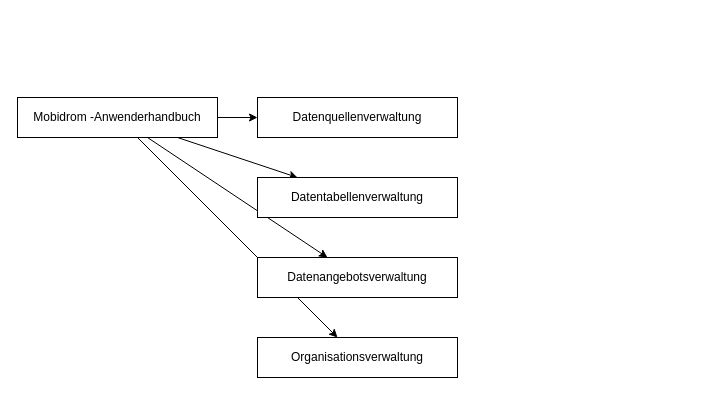
Earlier version of the draw.io diagram mobidrom_anwenderhandbuch.drawio (kephalosk/drawio-diagrams). Source tidied: cells renumbered, new cells numbered last; positions are measured from the earlier drawing's top-left corner, leaving out a move shared by most shapes. Both pictures are drawn from the tidied source at 100%, with x=0, y=0 at pixel (17, 97).
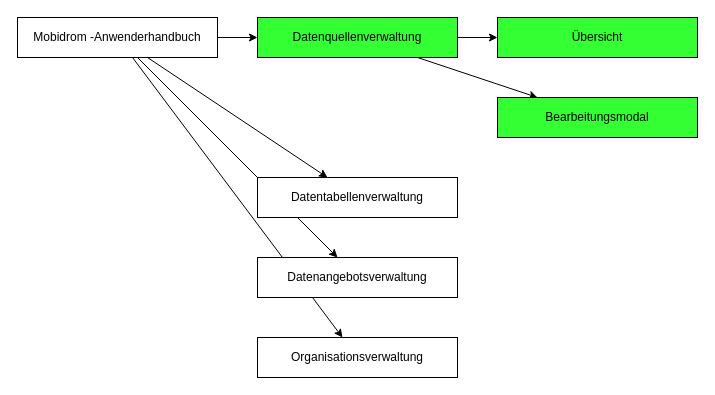
Above is the later version.

Diff of the diagram source:
```diff
@@
 <mxGraphModel>
   <root>
     <mxCell id="0" />
     <mxCell id="1" parent="0" />
     <mxCell id="2" style="rounded=0;jettySize=auto;html=1;" parent="1" edge="1" source="6" target="7">
       <mxGeometry relative="1" as="geometry" />
     </mxCell>
     <mxCell id="3" style="rounded=0;jettySize=auto;html=1;" parent="1" edge="1" source="6" target="8">
       <mxGeometry relative="1" as="geometry" />
     </mxCell>
     <mxCell id="4" style="edgeStyle=none;rounded=0;jettySize=auto;html=1;" parent="1" edge="1" source="6" target="9">
       <mxGeometry relative="1" as="geometry" />
     </mxCell>
     <mxCell id="5" style="edgeStyle=none;rounded=0;jettySize=auto;html=1;" parent="1" edge="1" source="6" target="10">
       <mxGeometry relative="1" as="geometry" />
     </mxCell>
     <mxCell id="6" value="Mobidrom -Anwenderhandbuch" style="rounded=0;whiteSpace=wrap;html=1;" parent="1" vertex="1">
-      <mxGeometry width="200" height="40" as="geometry" />
+      <mxGeometry y="-80" width="200" height="40" as="geometry" />
     </mxCell>
+    <mxCell id="11" style="edgeStyle=none;rounded=0;jettySize=auto;html=1;" parent="1" edge="1" source="7" target="13">
+      <mxGeometry relative="1" as="geometry" />
+    </mxCell>
+    <mxCell id="12" style="edgeStyle=none;rounded=0;jettySize=auto;html=1;" parent="1" edge="1" source="7" target="14">
+      <mxGeometry relative="1" as="geometry" />
+    </mxCell>
-    <mxCell id="7" value="Datenquellenverwaltung" style="rounded=0;whiteSpace=wrap;html=1;" parent="1" vertex="1">
-      <mxGeometry x="240" width="200" height="40" as="geometry" />
+    <mxCell id="7" value="Datenquellenverwaltung" style="rounded=0;whiteSpace=wrap;html=1;fillColor=#33FF33;" parent="1" vertex="1">
+      <mxGeometry x="240" y="-80" width="200" height="40" as="geometry" />
     </mxCell>
     <mxCell id="8" value="&lt;div&gt;Datentabellenverwaltung&lt;/div&gt;" style="rounded=0;whiteSpace=wrap;html=1;" parent="1" vertex="1">
       <mxGeometry x="240" y="80" width="200" height="40" as="geometry" />
     </mxCell>
     <mxCell id="9" value="Datenangebotsverwaltung" style="rounded=0;whiteSpace=wrap;html=1;" parent="1" vertex="1">
       <mxGeometry x="240" y="160" width="200" height="40" as="geometry" />
     </mxCell>
     <mxCell id="10" value="Organisationsverwaltung" style="rounded=0;whiteSpace=wrap;html=1;" parent="1" vertex="1">
       <mxGeometry x="240" y="240" width="200" height="40" as="geometry" />
     </mxCell>
+    <mxCell id="13" value="Übersicht" style="rounded=0;whiteSpace=wrap;html=1;fillColor=#33FF33;" parent="1" vertex="1">
+      <mxGeometry x="480" y="-80" width="200" height="40" as="geometry" />
+    </mxCell>
+    <mxCell id="14" value="Bearbeitungsmodal" style="rounded=0;whiteSpace=wrap;html=1;fillColor=#33FF33;" parent="1" vertex="1">
+      <mxGeometry x="480" width="200" height="40" as="geometry" />
+    </mxCell>
   </root>
 </mxGraphModel>
```
